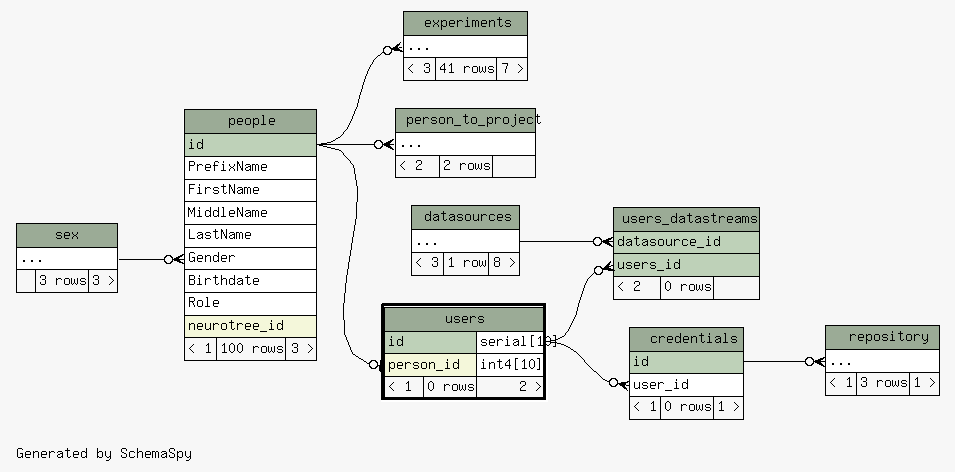
This is database/ss/diagrams/users.2degrees.png from tgbugs/mlab, a Graphviz export, as it was before one commit. Its source is kept beside it as database/ss/diagrams/users.2degrees.dot.
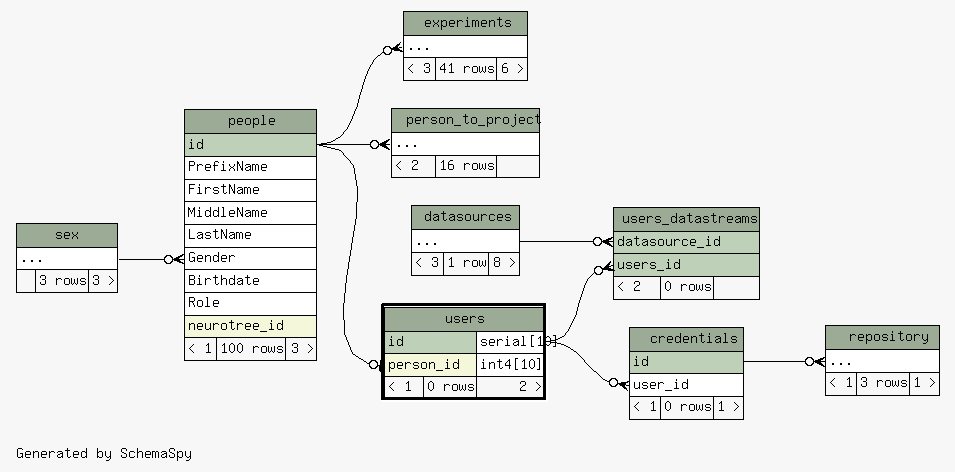
After the commit.

Diff of the diagram source:
```diff
@@ -51,7 +51,7 @@
     <TABLE BORDER="0" CELLBORDER="1" CELLSPACING="0" BGCOLOR="#ffffff">
       <TR><TD COLSPAN="3" BGCOLOR="#9bab96" ALIGN="CENTER">experiments</TD></TR>
       <TR><TD PORT="elipses" COLSPAN="3" ALIGN="LEFT">...</TD></TR>
-      <TR><TD ALIGN="LEFT" BGCOLOR="#f7f7f7">&lt; 3</TD><TD ALIGN="RIGHT" BGCOLOR="#f7f7f7">41 rows</TD><TD ALIGN="RIGHT" BGCOLOR="#f7f7f7">7 &gt;</TD></TR>
+      <TR><TD ALIGN="LEFT" BGCOLOR="#f7f7f7">&lt; 3</TD><TD ALIGN="RIGHT" BGCOLOR="#f7f7f7">41 rows</TD><TD ALIGN="RIGHT" BGCOLOR="#f7f7f7">6 &gt;</TD></TR>
     </TABLE>>
     URL="experiments.html"
     tooltip="experiments"
@@ -79,7 +79,7 @@
     <TABLE BORDER="0" CELLBORDER="1" CELLSPACING="0" BGCOLOR="#ffffff">
       <TR><TD COLSPAN="3" BGCOLOR="#9bab96" ALIGN="CENTER">person_to_project</TD></TR>
       <TR><TD PORT="elipses" COLSPAN="3" ALIGN="LEFT">...</TD></TR>
-      <TR><TD ALIGN="LEFT" BGCOLOR="#f7f7f7">&lt; 2</TD><TD ALIGN="RIGHT" BGCOLOR="#f7f7f7">2 rows</TD><TD ALIGN="RIGHT" BGCOLOR="#f7f7f7">  </TD></TR>
+      <TR><TD ALIGN="LEFT" BGCOLOR="#f7f7f7">&lt; 2</TD><TD ALIGN="RIGHT" BGCOLOR="#f7f7f7">16 rows</TD><TD ALIGN="RIGHT" BGCOLOR="#f7f7f7">  </TD></TR>
     </TABLE>>
     URL="person_to_project.html"
     tooltip="person_to_project"
```
